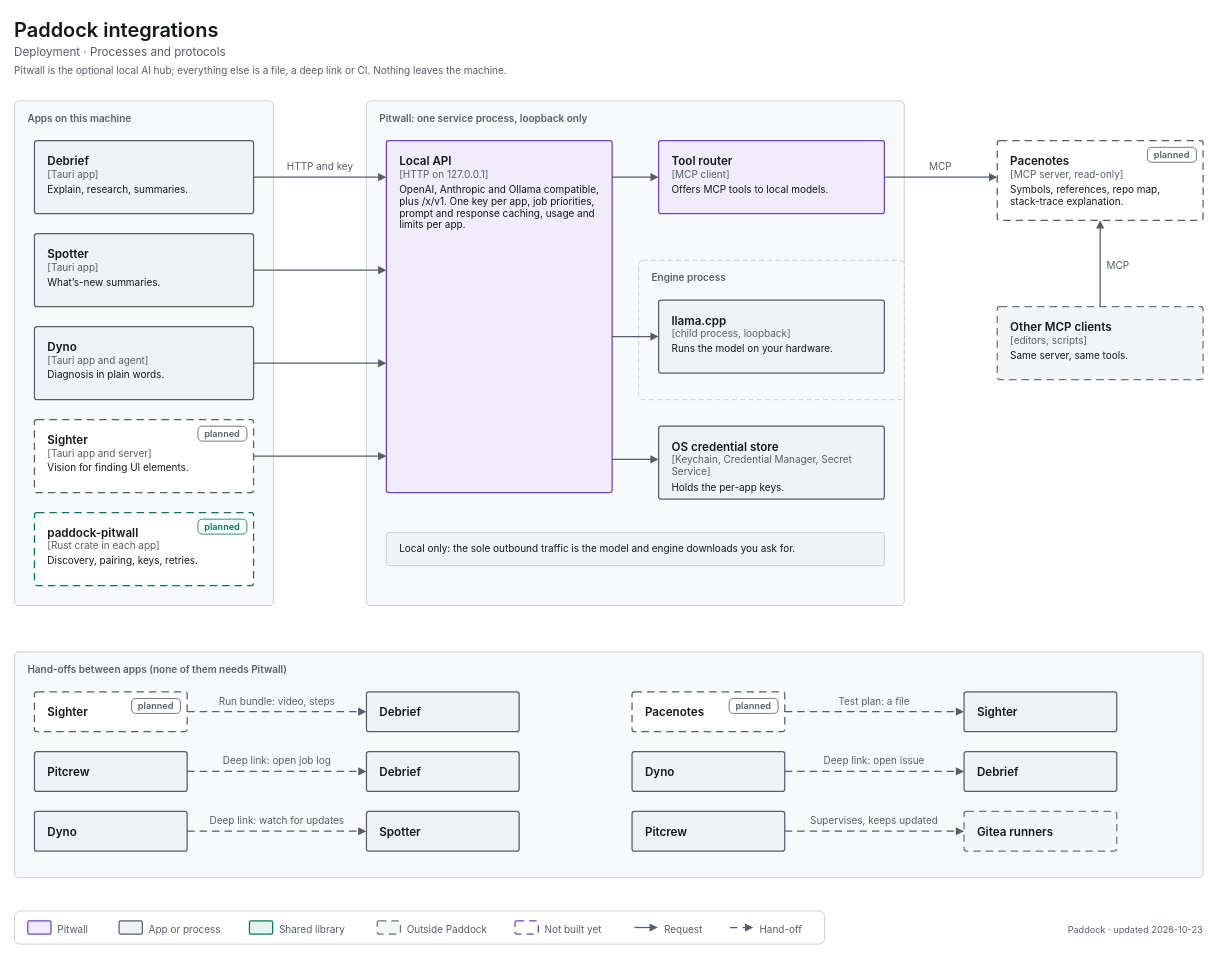
Earlier version of the draw.io diagram docs/images/src/drawio/paddock-integrations.drawio (decryp7/paddock). Source tidied: cells renumbered, new cells numbered last; positions are measured from the earlier drawing's top-left corner, leaving out a move shared by most shapes. Both pictures are drawn from the tidied source at 83%, with x=0, y=0 at pixel (14, 14).
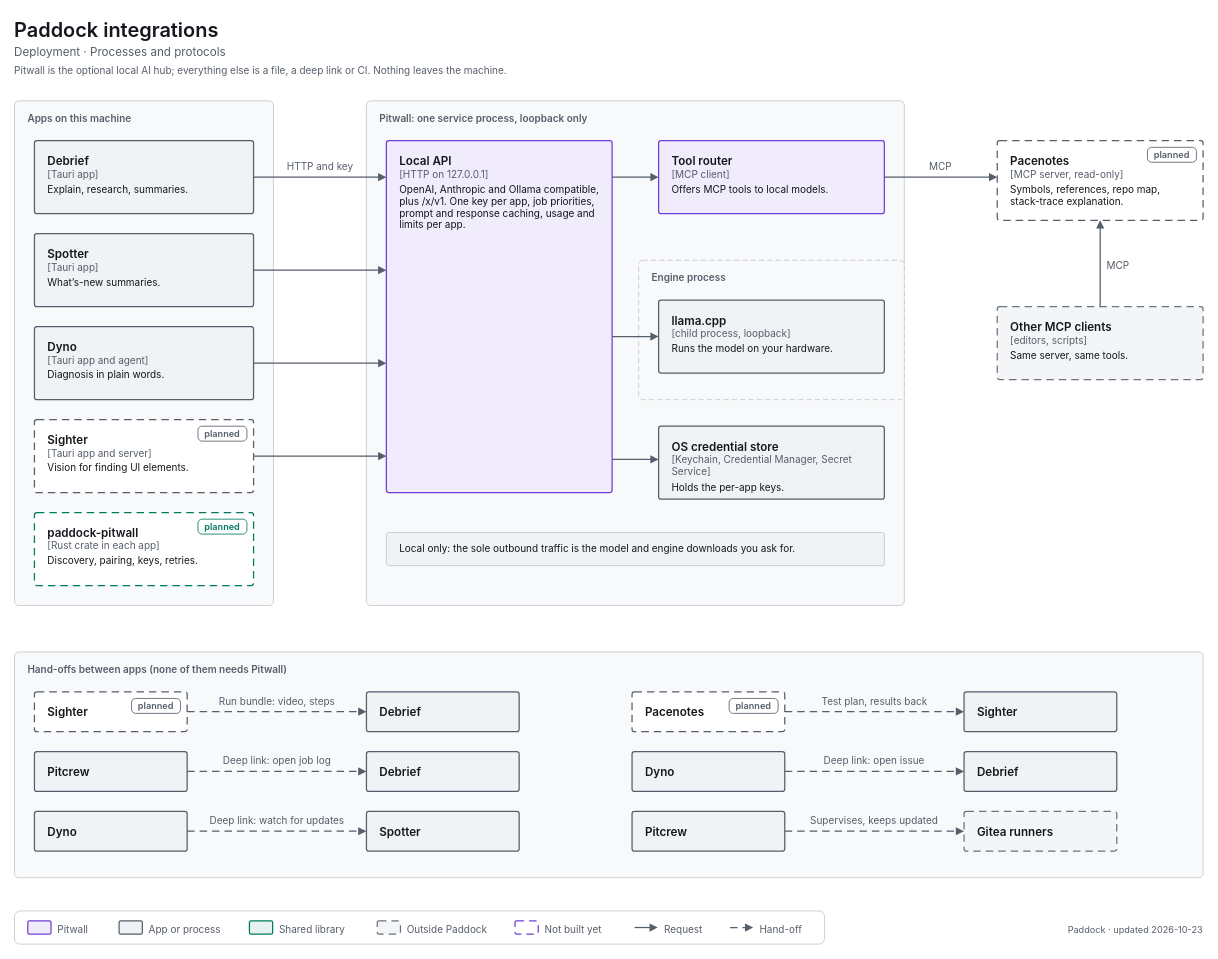
Above is the later version.

What changed in the source:
```diff
@@
-    <mxCell id="45" value="&lt;span style=&quot;font-size:12px;font-weight:400&quot;&gt;Test plan: a file&lt;/span&gt;" style="html=1;whiteSpace=wrap;fontFamily=-apple-system,BlinkMacSystemFont,Segoe UI,system-ui,sans-serif;fontSize=12;fontColor=light-dark(#14171C,#ECEEF1);text;strokeColor=none;fillColor=none;align=center;verticalAlign=top;spacing=0;fontColor=light-dark(#565E6B,#A0A7B2);" parent="1" vertex="1">
-      <mxGeometry x="983" y="816" width="106" height="18" as="geometry" />
+    <mxCell id="45" value="&lt;span style=&quot;font-size:12px;font-weight:400&quot;&gt;Test plan, results back&lt;/span&gt;" style="html=1;whiteSpace=wrap;fontFamily=-apple-system,BlinkMacSystemFont,Segoe UI,system-ui,sans-serif;fontSize=12;fontColor=light-dark(#14171C,#ECEEF1);text;strokeColor=none;fillColor=none;align=center;verticalAlign=top;spacing=0;fontColor=light-dark(#565E6B,#A0A7B2);" parent="1" vertex="1">
+      <mxGeometry x="961" y="816" width="151" height="18" as="geometry" />
     </mxCell>
```
